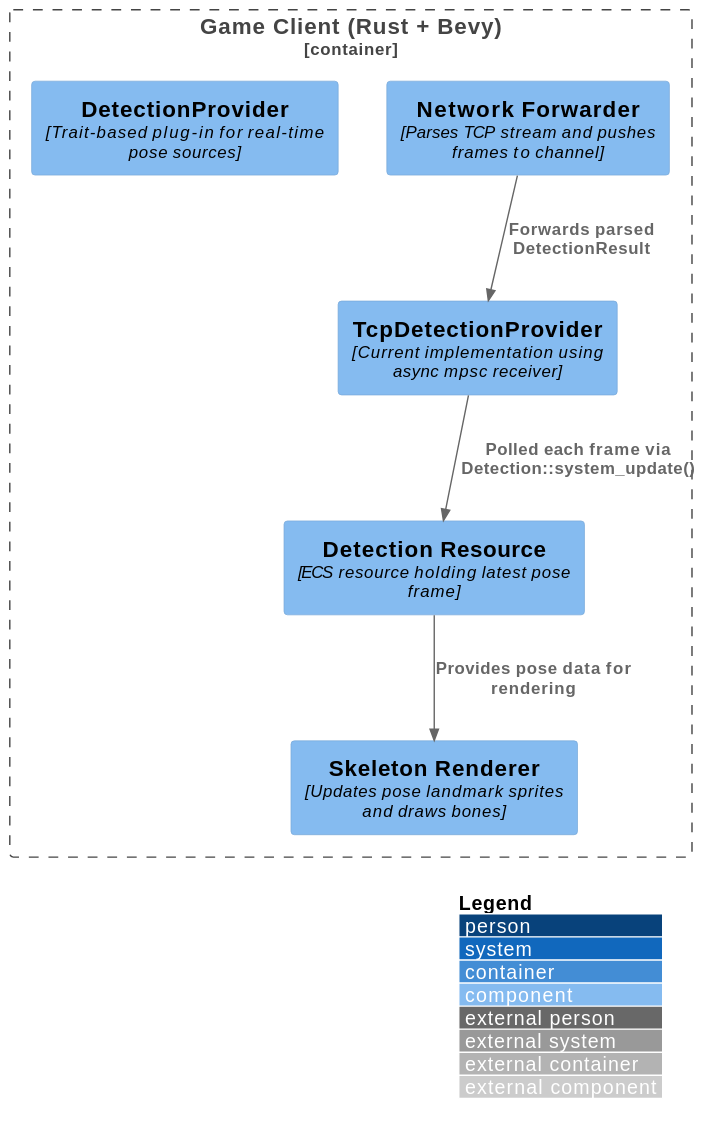
Above: docs/arch/diagrams/c4-level-3-component-game-client.svg in tobiaslocker/pose (PlantUML), before the change.
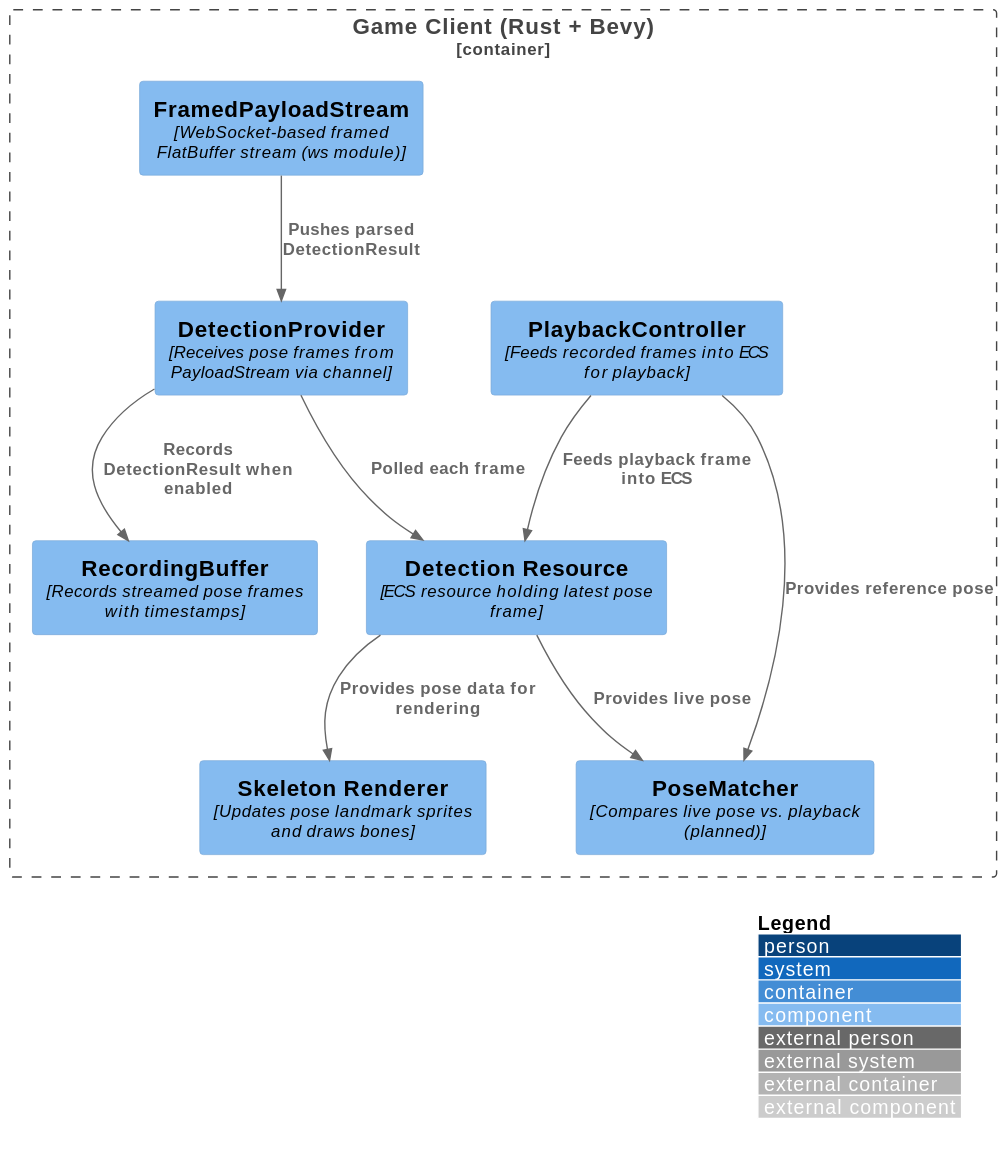
After the commit.

Diff of the diagram source:
```diff
@@ -3,14 +3,20 @@
 LAYOUT_WITH_LEGEND()
 
 Container_Boundary(game, "Game Client (Rust + Bevy)") {
-    Component(detectionProvider, "DetectionProvider", "Trait-based plug-in for real-time pose sources")
-    Component(tcpClient, "TcpDetectionProvider", "Current implementation using async mpsc receiver")
+    Component(payloadStream, "FramedPayloadStream", "WebSocket-based framed FlatBuffer stream (ws module)")
+    Component(detectionProvider, "DetectionProvider", "Receives pose frames from PayloadStream via channel")
     Component(detectionResource, "Detection Resource", "ECS resource holding latest pose frame")
     Component(skeleton, "Skeleton Renderer", "Updates pose landmark sprites and draws bones")
-    Component(network, "Network Forwarder", "Parses TCP stream and pushes frames to channel")
+    Component(recording, "RecordingBuffer", "Records streamed pose frames with timestamps")
+    Component(playback, "PlaybackController", "Feeds recorded frames into ECS for playback")
+    Component(matching, "PoseMatcher", "Compares live pose vs. playback (planned)")
 }
 
-Rel(network, tcpClient, "Forwards parsed DetectionResult")
-Rel(tcpClient, detectionResource, "Polled each frame via Detection::system_update()")
+Rel(payloadStream, detectionProvider, "Pushes parsed DetectionResult")
+Rel(detectionProvider, detectionResource, "Polled each frame")
 Rel(detectionResource, skeleton, "Provides pose data for rendering")
+Rel(detectionProvider, recording, "Records DetectionResult when enabled")
+Rel(playback, detectionResource, "Feeds playback frame into ECS")
+Rel(detectionResource, matching, "Provides live pose")
+Rel(playback, matching, "Provides reference pose")
 @enduml
```
